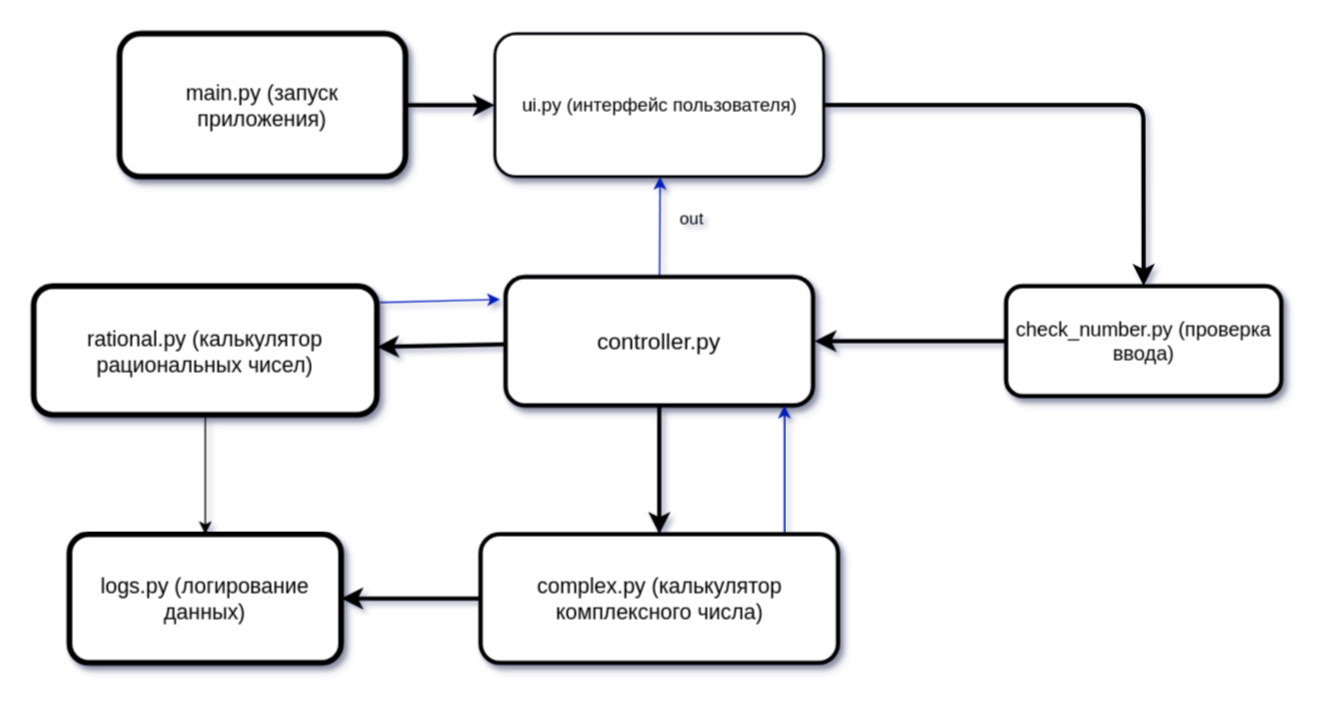
The draw.io diagram block_diagram.drawio in Lunannam/Calc_seminar_7, before the edit. Source tidied: cells renumbered, new cells numbered last; positions are measured from the earlier drawing's top-left corner, leaving out a move shared by most shapes. Both pictures are drawn from the tidied source at 143%, with x=0, y=0 at pixel (33, 33).
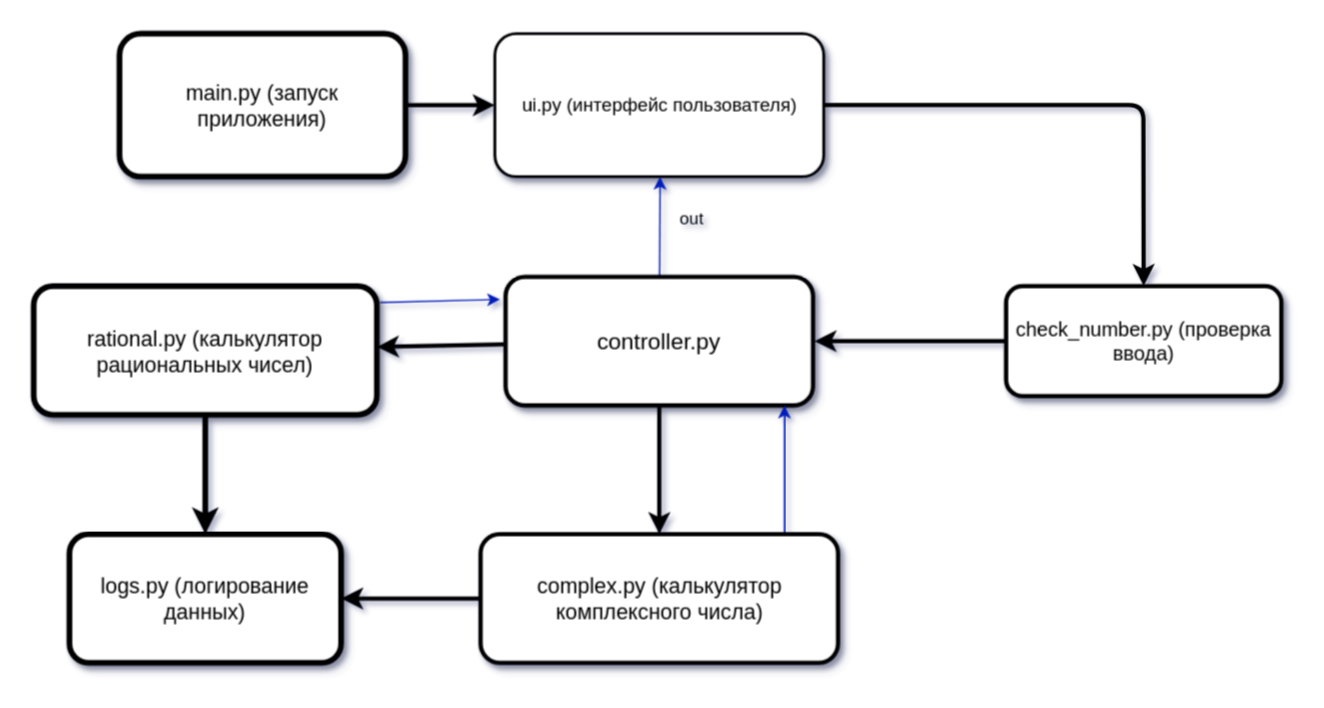
The same page after the edit.

Unchanged cells that the change refers to:
```xml
<mxCell id="12" value="&lt;font style=&quot;font-size: 15px&quot;&gt;rational.py (калькулятор рациональных чисел)&lt;/font&gt;" style="rounded=1;whiteSpace=wrap;html=1;shadow=1;labelBackgroundColor=none;labelBorderColor=none;fontSize=13;strokeWidth=4;" parent="1" vertex="1">
  <mxGeometry y="176.5" width="240" height="90" as="geometry" />
</mxCell>
<mxCell id="17" value="&lt;font style=&quot;font-size: 15px&quot;&gt;logs.py (логирование данных)&lt;/font&gt;" style="rounded=1;whiteSpace=wrap;html=1;shadow=1;labelBackgroundColor=none;labelBorderColor=none;fontSize=13;strokeWidth=4;" parent="1" vertex="1">
  <mxGeometry x="25" y="350" width="190" height="90" as="geometry" />
</mxCell>
```

What changed in the source:
```diff
@@
-    <mxCell id="10" style="edgeStyle=none;html=1;" parent="1" edge="1" source="12" target="17">
+    <mxCell id="10" style="edgeStyle=none;html=1;strokeWidth=4;" parent="1" edge="1" source="12" target="17">
       <mxGeometry relative="1" as="geometry" />
     </mxCell>
```
